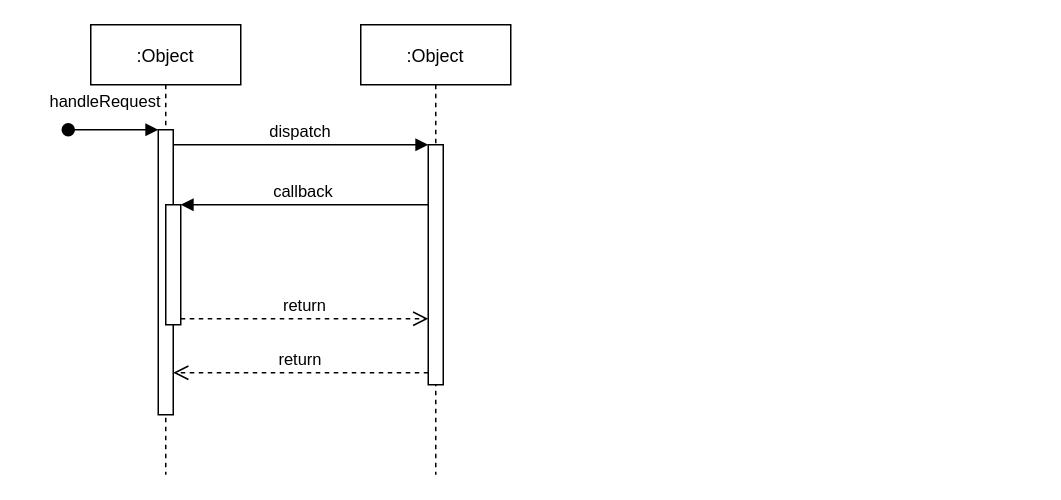
The draw.io diagram Untitled Diagram.drawio in GitLlamma/UML_Diagrams, before the edit. Source tidied: cells renumbered, new cells numbered last; positions are measured from the earlier drawing's top-left corner, leaving out a move shared by most shapes. Both pictures are drawn from the tidied source at 150%, with x=0, y=0 at pixel (68, 24).
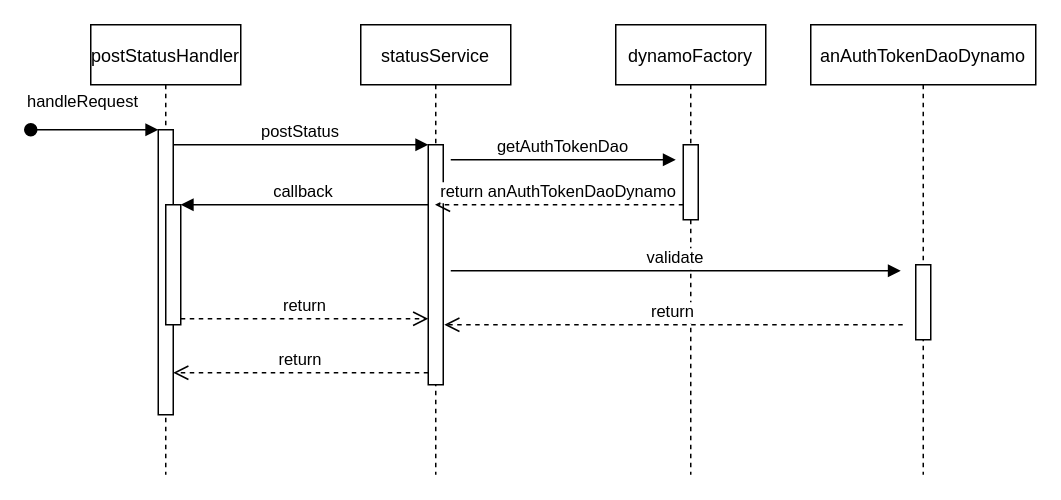
The same page after the edit.

Unchanged cells that the change refers to:
```xml
<mxCell id="3" style="points=[];perimeter=orthogonalPerimeter;rounded=0;shadow=0;strokeWidth=1;" parent="2" vertex="1">
  <mxGeometry x="45" y="70" width="10" height="190" as="geometry" />
</mxCell>
<mxCell id="7" style="points=[];perimeter=orthogonalPerimeter;rounded=0;shadow=0;strokeWidth=1;" parent="6" vertex="1">
  <mxGeometry x="45" y="80" width="10" height="160" as="geometry" />
</mxCell>
```

What changed in the source:
```diff
@@
-    <mxCell id="2" value=":Object" style="shape=umlLifeline;perimeter=lifelinePerimeter;rounded=0;shadow=0;strokeWidth=1;" parent="1" vertex="1">
+    <mxCell id="2" value="postStatusHandler" style="shape=umlLifeline;perimeter=lifelinePerimeter;rounded=0;shadow=0;strokeWidth=1;" parent="1" vertex="1">
       <mxGeometry x="15" width="100" height="300" as="geometry" />
     </mxCell>
@@
     <mxCell id="4" value="handleRequest" style="verticalAlign=bottom;startArrow=oval;endArrow=block;startSize=8;shadow=0;strokeWidth=1;" parent="2" edge="1" target="3">
       <mxGeometry x="-0.17" y="10" relative="1" as="geometry">
-        <mxPoint x="-15" y="70" as="sourcePoint" />
+        <mxPoint x="-40" y="70" as="sourcePoint" />
       </mxGeometry>
     </mxCell>
@@
-    <mxCell id="6" value=":Object" style="shape=umlLifeline;perimeter=lifelinePerimeter;rounded=0;shadow=0;strokeWidth=1;" parent="1" vertex="1">
+    <mxCell id="6" value="statusService" style="shape=umlLifeline;perimeter=lifelinePerimeter;rounded=0;shadow=0;strokeWidth=1;" parent="1" vertex="1">
       <mxGeometry x="195" width="100" height="300" as="geometry" />
     </mxCell>
@@
-    <mxCell id="9" value="dispatch" style="verticalAlign=bottom;endArrow=block;entryX=0;entryY=0;shadow=0;strokeWidth=1;" parent="1" edge="1" source="3" target="7">
+    <mxCell id="9" value="postStatus" style="verticalAlign=bottom;endArrow=block;entryX=0;entryY=0;shadow=0;strokeWidth=1;" parent="1" edge="1" source="3" target="7">
       <mxGeometry relative="1" as="geometry" />
     </mxCell>
@@
+    <mxCell id="12" value="dynamoFactory" style="shape=umlLifeline;perimeter=lifelinePerimeter;rounded=0;shadow=0;strokeWidth=1;" parent="1" vertex="1">
+      <mxGeometry x="365" width="100" height="300" as="geometry" />
+    </mxCell>
+    <mxCell id="13" style="perimeter=orthogonalPerimeter;rounded=0;shadow=0;strokeWidth=1;" parent="12" vertex="1">
+      <mxGeometry x="45" y="80" width="10" height="50" as="geometry" />
+    </mxCell>
+    <mxCell id="14" value="getAuthTokenDao" style="verticalAlign=bottom;endArrow=block;shadow=0;strokeWidth=1;" parent="12" edge="1">
+      <mxGeometry relative="1" as="geometry">
+        <mxPoint x="-110" y="90" as="sourcePoint" />
+        <mxPoint x="40" y="90" as="targetPoint" />
+      </mxGeometry>
+    </mxCell>
+    <mxCell id="15" value="return anAuthTokenDaoDynamo" style="verticalAlign=bottom;endArrow=open;dashed=1;endSize=8;exitX=0;exitY=0.95;shadow=0;strokeWidth=1;" parent="12" edge="1" target="6">
+      <mxGeometry relative="1" as="geometry">
+        <mxPoint x="45" y="120" as="sourcePoint" />
+      </mxGeometry>
+    </mxCell>
+    <mxCell id="16" value="anAuthTokenDaoDynamo" style="shape=umlLifeline;perimeter=lifelinePerimeter;rounded=0;shadow=0;strokeWidth=1;" parent="1" vertex="1">
+      <mxGeometry x="495" width="150" height="300" as="geometry" />
+    </mxCell>
+    <mxCell id="17" style="perimeter=orthogonalPerimeter;rounded=0;shadow=0;strokeWidth=1;" parent="16" vertex="1">
+      <mxGeometry x="70" y="160" width="10" height="50" as="geometry" />
+    </mxCell>
+    <mxCell id="18" value="return" style="verticalAlign=bottom;endArrow=open;dashed=1;endSize=8;exitX=0;exitY=0.95;shadow=0;strokeWidth=1;" parent="16" edge="1">
+      <mxGeometry relative="1" as="geometry">
+        <mxPoint x="61.3" y="200" as="sourcePoint" />
+        <mxPoint x="-244.3" y="200" as="targetPoint" />
+      </mxGeometry>
+    </mxCell>
+    <mxCell id="19" value="validate" style="verticalAlign=bottom;endArrow=block;shadow=0;strokeWidth=1;" parent="1" edge="1">
+      <mxGeometry relative="1" as="geometry">
+        <mxPoint x="255" y="164" as="sourcePoint" />
+        <mxPoint x="555" y="164" as="targetPoint" />
+      </mxGeometry>
+    </mxCell>
```
